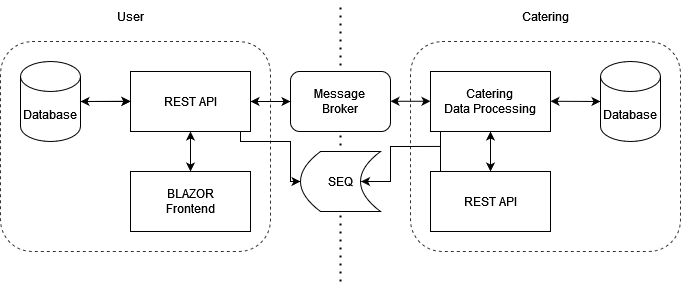
This is Data/System.drawio.png from BenjaminElifLarsen/ApprenticeTest, a draw.io export, as it was before one commit. Source tidied: cells renumbered, new cells last; positions are measured from the earlier drawing's top-left corner, leaving out a move shared by most shapes.
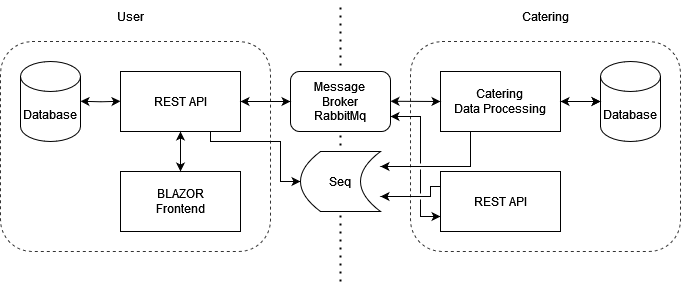
The same file after the commit.

What changed in the source:
```diff
@@ -2,17 +2,14 @@
   <root>
     <mxCell id="0" />
     <mxCell id="1" parent="0" />
-    <mxCell id="2" style="edgeStyle=orthogonalEdgeStyle;rounded=0;jettySize=auto;html=1;entryX=0.757;entryY=0.5;entryDx=0;entryDy=0;entryPerimeter=0;" parent="1" edge="1" source="3" target="23">
-      <mxGeometry relative="1" as="geometry" />
-    </mxCell>
     <mxCell id="3" style="rounded=1;whiteSpace=wrap;html=1;fillColor=none;opacity=80;glass=0;shadow=0;dashed=1;" parent="1" vertex="1">
       <mxGeometry x="410" y="40" width="270" height="210" as="geometry" />
     </mxCell>
     <mxCell id="4" style="edgeStyle=orthogonalEdgeStyle;rounded=0;jettySize=auto;html=1;" parent="1" edge="1" source="5" target="23">
       <mxGeometry relative="1" as="geometry">
         <Array as="points">
-          <mxPoint x="290" y="140" />
-          <mxPoint x="290" y="180" />
+          <mxPoint x="280" y="140" />
+          <mxPoint x="280" y="180" />
         </Array>
       </mxGeometry>
     </mxCell>
@@ -20,10 +17,10 @@
       <mxGeometry y="40" width="270" height="210" as="geometry" />
     </mxCell>
     <mxCell id="6" value="REST API" style="rounded=0;whiteSpace=wrap;html=1;" parent="1" vertex="1">
-      <mxGeometry x="130" y="70" width="120" height="60" as="geometry" />
+      <mxGeometry x="120" y="70" width="120" height="60" as="geometry" />
     </mxCell>
     <mxCell id="7" value="&lt;div&gt;BLAZOR&lt;/div&gt;&lt;div&gt;Frontend&lt;/div&gt;" style="rounded=0;whiteSpace=wrap;html=1;" parent="1" vertex="1">
-      <mxGeometry x="130" y="170" width="120" height="60" as="geometry" />
+      <mxGeometry x="120" y="170" width="120" height="60" as="geometry" />
     </mxCell>
     <mxCell id="8" style="endArrow=classic;startArrow=classic;html=1;rounded=0;entryX=0.5;entryY=1;entryDx=0;entryDy=0;exitX=0.5;exitY=0;exitDx=0;exitDy=0;" parent="1" edge="1" source="7" target="6">
       <mxGeometry relative="1" as="geometry" />
@@ -31,21 +28,39 @@
     <mxCell id="9" value="Database" style="shape=cylinder3;whiteSpace=wrap;html=1;boundedLbl=1;backgroundOutline=1;size=15;" parent="1" vertex="1">
       <mxGeometry x="600" y="60" width="60" height="80" as="geometry" />
     </mxCell>
+    <mxCell id="27" style="edgeStyle=orthogonalEdgeStyle;rounded=0;jettySize=auto;html=1;exitX=0.25;exitY=1;exitDx=0;exitDy=0;entryX=1;entryY=0.25;entryDx=0;entryDy=0;" parent="1" edge="1" source="10" target="23">
+      <mxGeometry relative="1" as="geometry" />
+    </mxCell>
+    <mxCell id="28" style="edgeStyle=orthogonalEdgeStyle;rounded=0;jettySize=auto;html=1;" parent="1" edge="1" source="10" target="9">
+      <mxGeometry relative="1" as="geometry" />
+    </mxCell>
     <mxCell id="10" value="&lt;div&gt;Catering&lt;/div&gt;&lt;div&gt;Data Processing&lt;br&gt;&lt;/div&gt;" style="rounded=0;whiteSpace=wrap;html=1;" parent="1" vertex="1">
-      <mxGeometry x="430" y="70" width="120" height="60" as="geometry" />
+      <mxGeometry x="440" y="70" width="120" height="60" as="geometry" />
     </mxCell>
+    <mxCell id="29" style="edgeStyle=orthogonalEdgeStyle;rounded=0;jettySize=auto;html=1;exitX=0;exitY=0.25;exitDx=0;exitDy=0;entryX=1;entryY=0.75;entryDx=0;entryDy=0;" parent="1" edge="1" source="11" target="23">
+      <mxGeometry relative="1" as="geometry">
+        <Array as="points">
+          <mxPoint x="430" y="195" />
+        </Array>
+      </mxGeometry>
+    </mxCell>
+    <mxCell id="30" style="edgeStyle=orthogonalEdgeStyle;rounded=0;jettySize=auto;html=1;exitX=0;exitY=0.75;exitDx=0;exitDy=0;entryX=1;entryY=0.75;entryDx=0;entryDy=0;startArrow=classic;startFill=1;jumpStyle=gap;" parent="1" edge="1" source="11" target="18">
+      <mxGeometry relative="1" as="geometry">
+        <Array as="points">
+          <mxPoint x="420" y="215" />
+          <mxPoint x="420" y="115" />
+        </Array>
+      </mxGeometry>
+    </mxCell>
     <mxCell id="11" value="REST API" style="rounded=0;whiteSpace=wrap;html=1;" parent="1" vertex="1">
-      <mxGeometry x="430" y="170" width="120" height="60" as="geometry" />
+      <mxGeometry x="440" y="170" width="120" height="60" as="geometry" />
     </mxCell>
-    <mxCell id="12" style="endArrow=classic;startArrow=classic;html=1;rounded=0;exitX=1;exitY=0.5;exitDx=0;exitDy=0;exitPerimeter=0;" parent="1" edge="1">
+    <mxCell id="12" style="endArrow=classic;startArrow=classic;html=1;rounded=0;" parent="1" edge="1">
       <mxGeometry relative="1" as="geometry">
-        <mxPoint x="550" y="99.8" as="sourcePoint" />
+        <mxPoint x="560" y="100" as="sourcePoint" />
         <mxPoint x="600" y="100" as="targetPoint" />
       </mxGeometry>
     </mxCell>
-    <mxCell id="13" style="endArrow=classic;startArrow=classic;html=1;rounded=0;entryX=0.5;entryY=1;entryDx=0;entryDy=0;exitX=0.5;exitY=0;exitDx=0;exitDy=0;" parent="1" edge="1" source="11" target="10">
-      <mxGeometry relative="1" as="geometry" />
-    </mxCell>
     <mxCell id="14" style="endArrow=none;dashed=1;html=1;dashPattern=1 3;strokeWidth=2;rounded=0;" parent="1" edge="1">
       <mxGeometry relative="1" as="geometry">
         <mxPoint x="340" y="280" as="sourcePoint" />
@@ -55,22 +70,16 @@
         </Array>
       </mxGeometry>
     </mxCell>
-    <mxCell id="15" style="edgeStyle=orthogonalEdgeStyle;rounded=0;jettySize=auto;html=1;" parent="1" edge="1" source="16" target="6">
-      <mxGeometry relative="1" as="geometry" />
+    <mxCell id="15" style="edgeStyle=orthogonalEdgeStyle;rounded=0;orthogonalLoop=1;jettySize=auto;html=1;startArrow=classic;startFill=1;" parent="1" edge="1">
+      <mxGeometry relative="1" as="geometry">
+        <mxPoint x="80" y="99.8" as="sourcePoint" />
+        <mxPoint x="120" y="99.8" as="targetPoint" />
+      </mxGeometry>
     </mxCell>
     <mxCell id="16" value="Database" style="shape=cylinder3;whiteSpace=wrap;html=1;boundedLbl=1;backgroundOutline=1;size=15;" parent="1" vertex="1">
       <mxGeometry x="20" y="60" width="60" height="80" as="geometry" />
     </mxCell>
-    <mxCell id="17" style="endArrow=classic;startArrow=classic;html=1;rounded=0;entryX=0;entryY=0.5;entryDx=0;entryDy=0;" parent="1" edge="1">
-      <mxGeometry relative="1" as="geometry">
-        <mxPoint x="80" y="100" as="sourcePoint" />
-        <mxPoint x="130" y="99.8" as="targetPoint" />
-        <Array as="points">
-          <mxPoint x="80" y="100" />
-        </Array>
-      </mxGeometry>
-    </mxCell>
-    <mxCell id="18" value="&lt;div&gt;Message &lt;br&gt;&lt;/div&gt;&lt;div&gt;Broker&lt;br&gt;&lt;/div&gt;" style="rounded=1;whiteSpace=wrap;html=1;fillStyle=auto;gradientColor=none;" parent="1" vertex="1">
+    <mxCell id="18" value="&lt;div&gt;Message &lt;br&gt;&lt;/div&gt;&lt;div&gt;Broker&lt;/div&gt;&lt;div&gt;RabbitMq&lt;br&gt;&lt;/div&gt;" style="rounded=1;whiteSpace=wrap;html=1;fillStyle=auto;gradientColor=none;" parent="1" vertex="1">
       <mxGeometry x="290" y="70" width="100" height="60" as="geometry" />
     </mxCell>
     <mxCell id="19" style="endArrow=classic;startArrow=classic;html=1;rounded=0;exitX=1;exitY=0.5;exitDx=0;exitDy=0;" parent="1" edge="1" source="6">
@@ -78,10 +87,9 @@
         <mxPoint x="290" y="100" as="targetPoint" />
       </mxGeometry>
     </mxCell>
-    <mxCell id="20" style="endArrow=classic;startArrow=classic;html=1;rounded=0;exitX=1;exitY=0.5;exitDx=0;exitDy=0;" parent="1" edge="1">
+    <mxCell id="20" style="endArrow=classic;startArrow=classic;html=1;rounded=0;exitX=1;exitY=0.5;exitDx=0;exitDy=0;entryX=0;entryY=0.5;entryDx=0;entryDy=0;" parent="1" edge="1" target="10">
       <mxGeometry relative="1" as="geometry">
         <mxPoint x="390" y="99.8" as="sourcePoint" />
-        <mxPoint x="430" y="99.8" as="targetPoint" />
       </mxGeometry>
     </mxCell>
     <mxCell id="21" value="User" style="text;html=1;align=center;verticalAlign=middle;whiteSpace=wrap;rounded=0;" parent="1" vertex="1">
@@ -90,33 +98,17 @@
     <mxCell id="22" value="Catering" style="text;html=1;align=center;verticalAlign=middle;whiteSpace=wrap;rounded=0;" parent="1" vertex="1">
       <mxGeometry x="515" width="60" height="30" as="geometry" />
     </mxCell>
-    <mxCell id="23" value="SEQ" style="shape=dataStorage;whiteSpace=wrap;html=1;fixedSize=1;" parent="1" vertex="1">
+    <mxCell id="23" value="Seq" style="shape=dataStorage;whiteSpace=wrap;html=1;fixedSize=1;" parent="1" vertex="1">
       <mxGeometry x="300" y="150" width="80" height="60" as="geometry" />
     </mxCell>
-    <mxCell id="24" style="endArrow=none;html=1;rounded=0;" parent="1" edge="1">
-      <mxGeometry relative="1" as="geometry">
-        <mxPoint x="440" y="170" as="sourcePoint" />
-        <mxPoint x="440" y="130" as="targetPoint" />
-        <Array as="points">
-          <mxPoint x="440" y="150" />
-        </Array>
-      </mxGeometry>
-    </mxCell>
-    <mxCell id="25" style="endArrow=none;html=1;rounded=0;" parent="1" edge="1">
+    <mxCell id="25" style="endArrow=none;html=1;rounded=0;entryX=0.75;entryY=1;entryDx=0;entryDy=0;" parent="1" edge="1" target="6">
       <mxGeometry relative="1" as="geometry">
         <mxPoint x="240" y="140" as="sourcePoint" />
-        <mxPoint x="240" y="130" as="targetPoint" />
         <Array as="points">
           <mxPoint x="270" y="140" />
-          <mxPoint x="240" y="140" />
+          <mxPoint x="210" y="140" />
         </Array>
       </mxGeometry>
     </mxCell>
-    <mxCell id="26" style="endArrow=none;html=1;rounded=0;" parent="1" edge="1">
-      <mxGeometry relative="1" as="geometry">
-        <mxPoint x="390" y="145" as="sourcePoint" />
-        <mxPoint x="440" y="144.9" as="targetPoint" />
-      </mxGeometry>
-    </mxCell>
   </root>
 </mxGraphModel>
```
